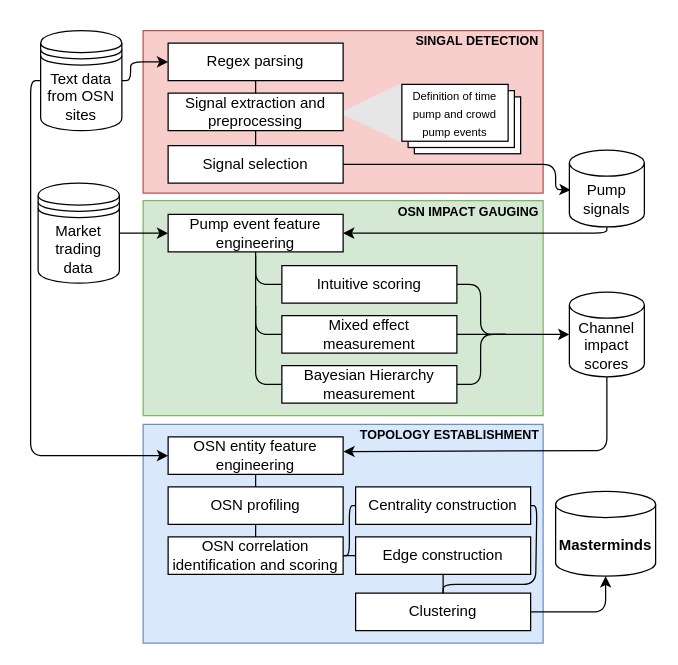
Before: page "pipeline" (1 of 2) of assets/Untitled Diagram.drawio in xujiahuayz/unmask-mastermind, a draw.io diagram. Source tidied: cells renumbered, new cells numbered last; positions are measured from the earlier drawing's top-left corner, leaving out a move shared by most shapes. Both pictures are drawn from the tidied source at 125%, with x=0, y=0 at pixel (30, 21).
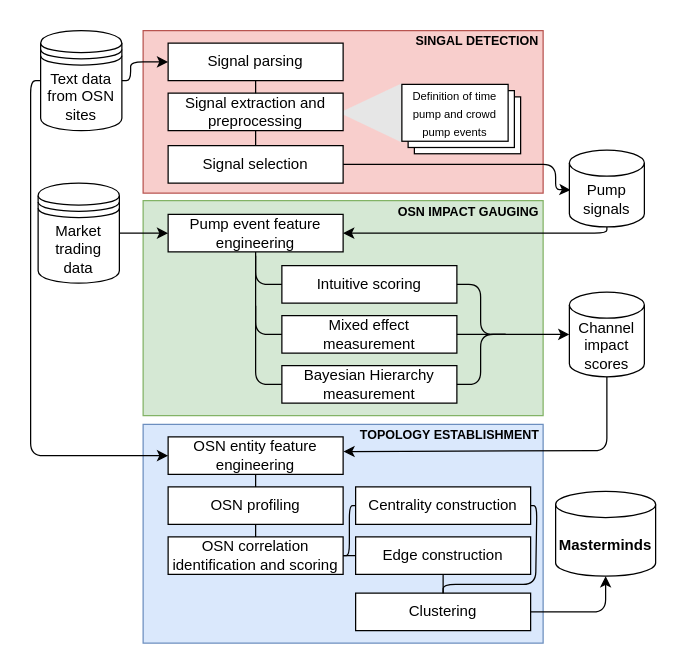
The same diagram, later.

The edit, as a diff of the source:
```diff
@@
-    <mxCell id="8" value="Regex parsing" style="rounded=0;whiteSpace=wrap;html=1;" parent="1" vertex="1">
+    <mxCell id="8" value="Signal parsing" style="rounded=0;whiteSpace=wrap;html=1;" parent="1" vertex="1">
       <mxGeometry x="110" y="17" width="140" height="30" as="geometry" />
     </mxCell>
```
